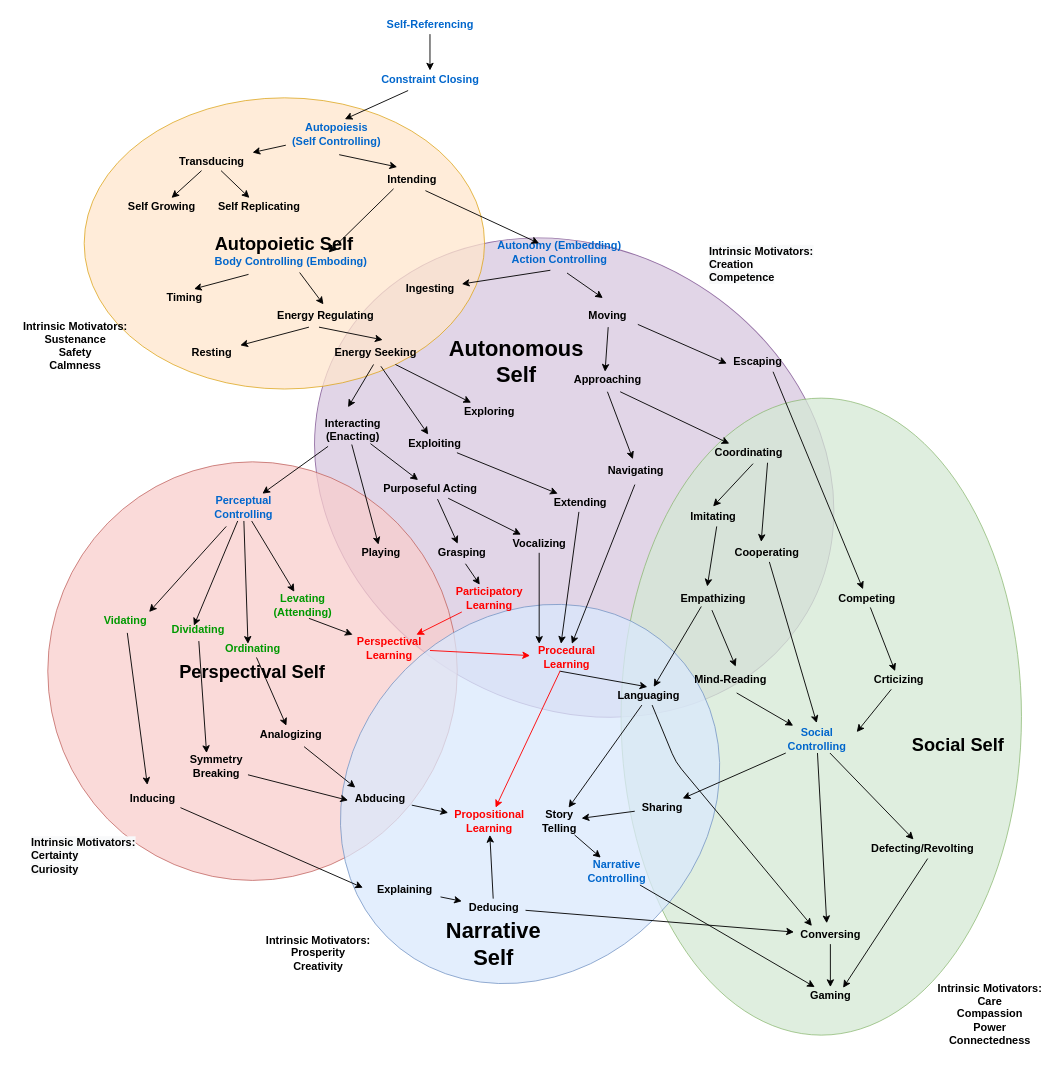
Before: autopoiesis_evolution.drawio in codeaudit/1, a draw.io diagram. Source tidied: cells renumbered, new cells numbered last; positions are measured from the earlier drawing's top-left corner, leaving out a move shared by most shapes. Both pictures are drawn from the tidied source at 91%, with x=0, y=0 at pixel (15, 15).
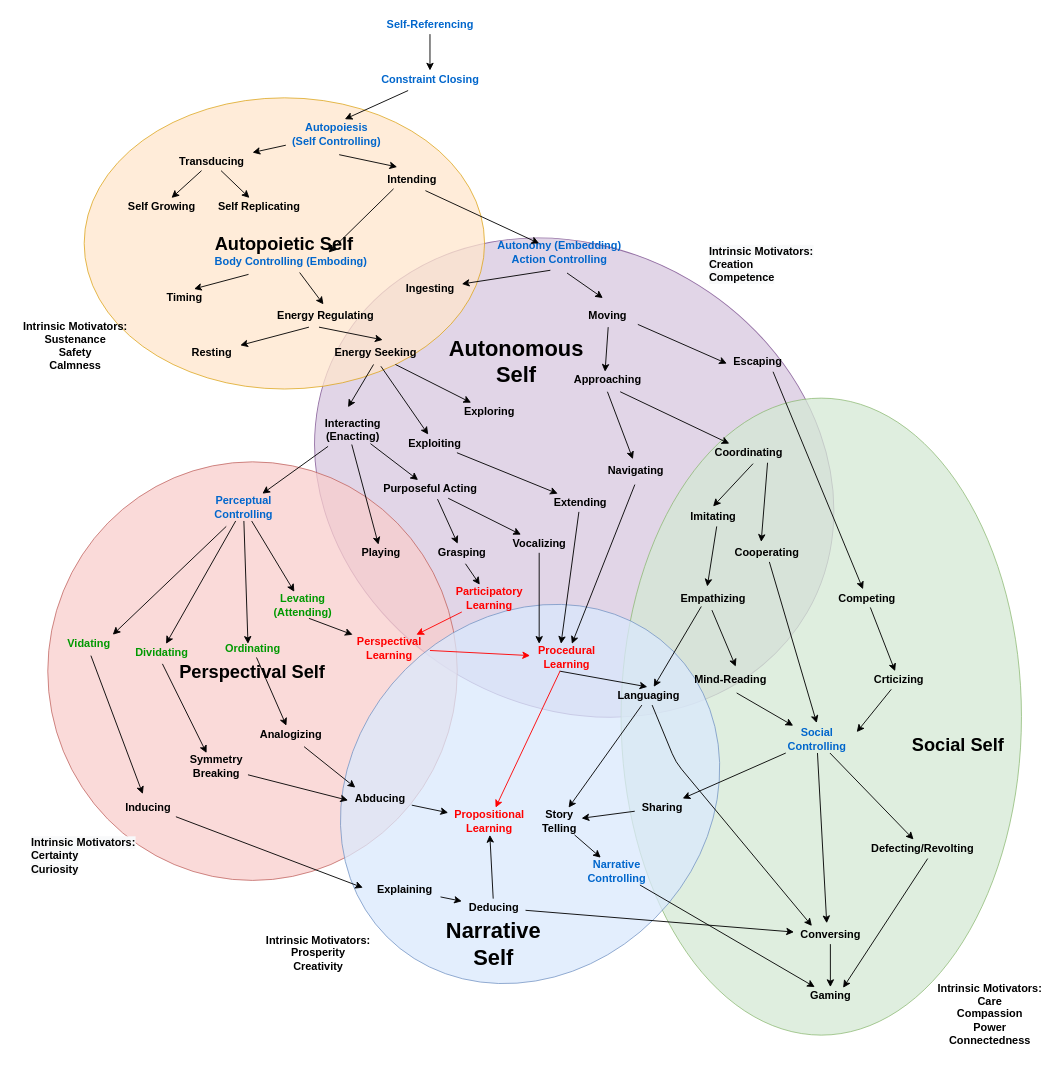
The same page after the edit.

Unchanged cells that the change refers to:
```xml
<mxCell id="25" value="Perceptual&lt;br&gt;Controlling" style="text;html=1;align=center;verticalAlign=middle;points=[];fontStyle=1;fontColor=#0066CC;" parent="1" vertex="1">
  <mxGeometry x="210" y="525" width="80" height="30" as="geometry" />
</mxCell>
```

Diff of the diagram source:
```diff
@@
     <mxCell id="28" value="Vidating" style="text;html=1;align=center;verticalAlign=middle;points=[];fontStyle=1;fontColor=#009900;" parent="1" vertex="1">
-      <mxGeometry x="90" y="655" width="60" height="20" as="geometry" />
+      <mxGeometry x="50" y="680" width="60" height="20" as="geometry" />
     </mxCell>
@@
-    <mxCell id="78" style="endArrow=none;html=1;startArrow=classic;startFill=1;" parent="1" edge="1" target="25">
-      <mxGeometry relative="1" as="geometry">
-        <mxPoint x="195.6" y="670" as="sourcePoint" />
-      </mxGeometry>
+    <mxCell id="78" style="endArrow=none;html=1;startArrow=classic;startFill=1;exitX=0.571;exitY=0;exitDx=0;exitDy=0;exitPerimeter=0;" parent="1" edge="1" source="80" target="25">
+      <mxGeometry relative="1" as="geometry" />
     </mxCell>
@@
     <mxCell id="80" value="Dividating" style="text;html=1;align=center;verticalAlign=middle;points=[];fontStyle=1;fontColor=#009900;" parent="1" vertex="1">
-      <mxGeometry x="165" y="665" width="70" height="20" as="geometry" />
+      <mxGeometry x="125" y="690" width="70" height="20" as="geometry" />
     </mxCell>
@@
     <mxCell id="84" value="Inducing" style="text;html=1;align=center;verticalAlign=middle;points=[];fontStyle=1;" parent="1" vertex="1">
-      <mxGeometry x="115" y="850" width="70" height="20" as="geometry" />
+      <mxGeometry x="110" y="860" width="70" height="20" as="geometry" />
     </mxCell>
```
